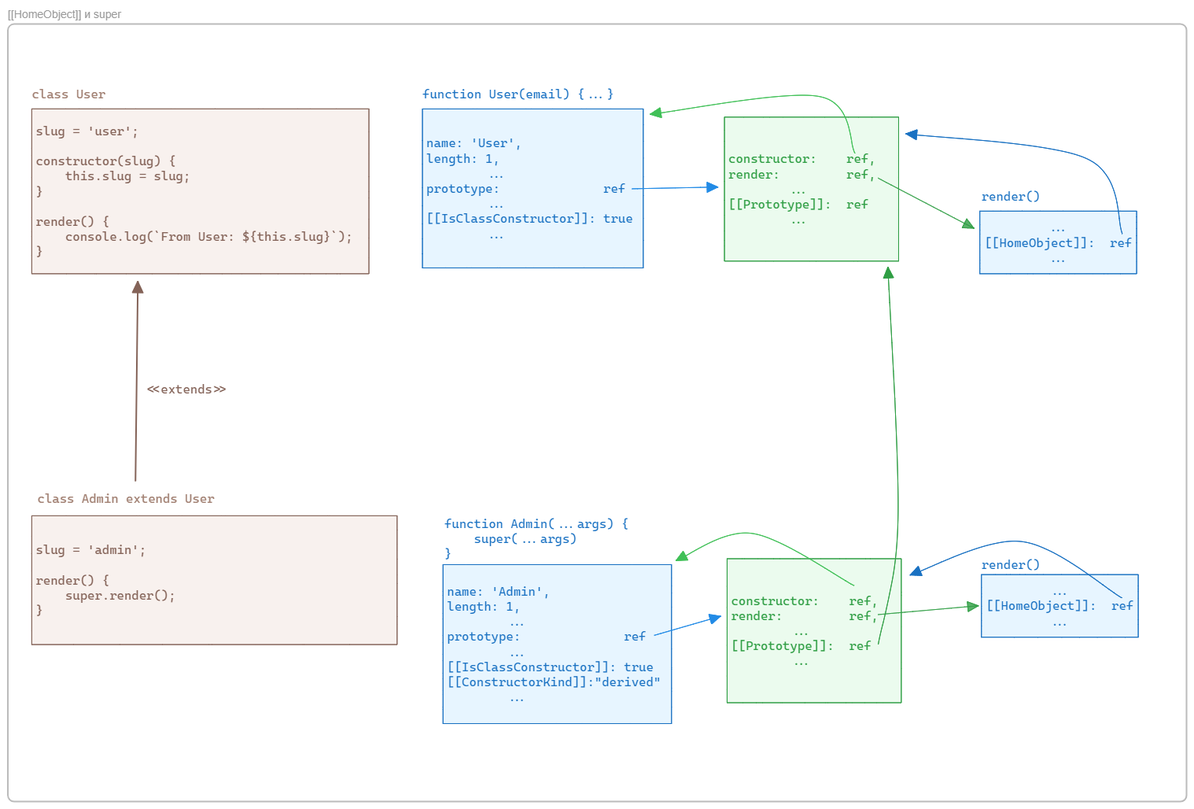
This is img/706_class_inheritance_home_obj.excalidraw.png from silvercodes/p32_p34_js, a Excalidraw export, as it was before one commit. Source tidied: one line per element, renumbered; positions are measured from the earlier drawing's top-left corner, leaving out a move shared by most shapes.
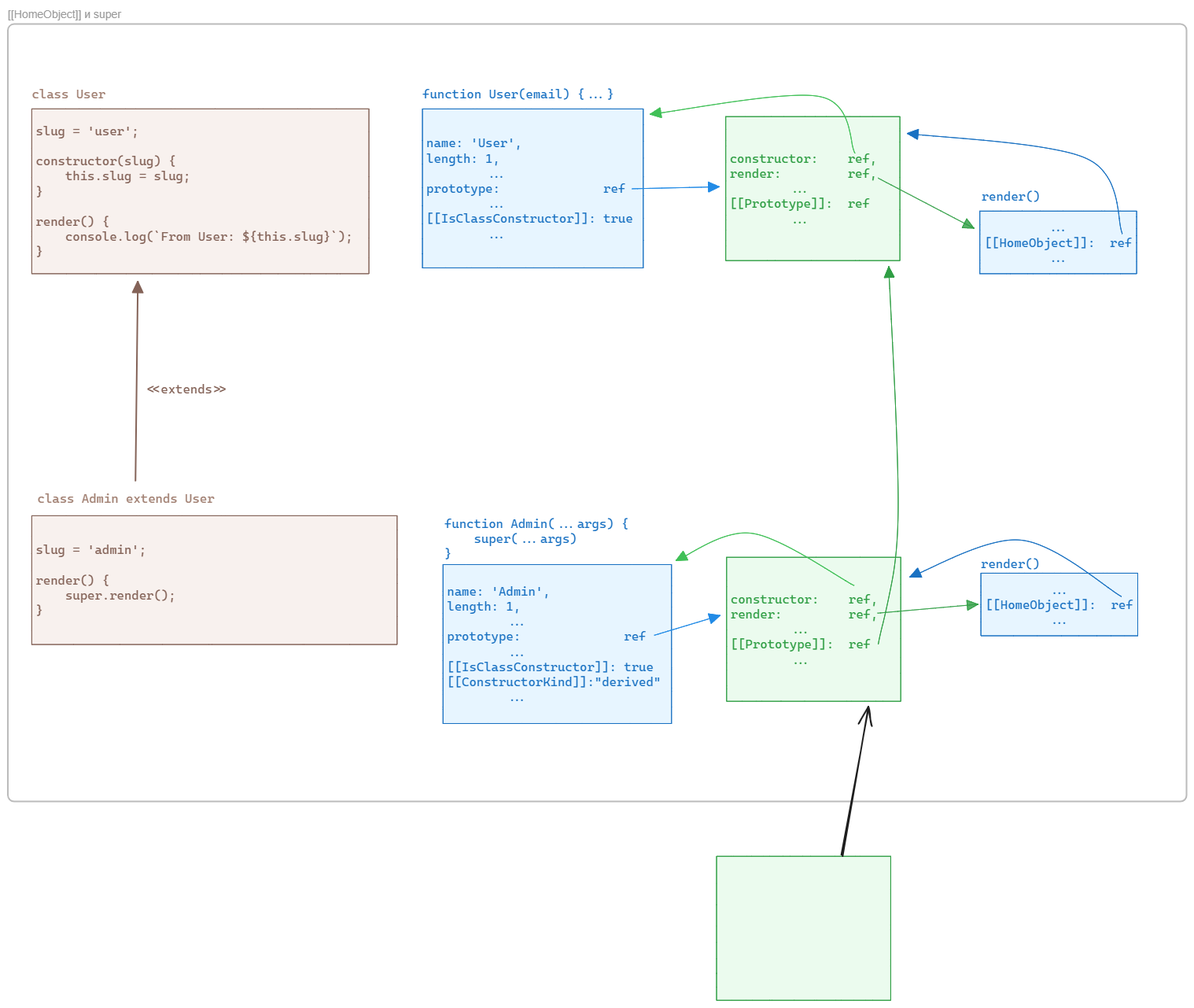
The same file after the commit.

Change to the diagram source:
```diff
@@ -9,26 +9,26 @@
 {"id": 8, "type": "rectangle", "strokeColor": "#1971c2", "backgroundColor": "#e7f5ff", "fillStyle": "solid", "strokeWidth": 1, "roughness": 0, "x": 527, "y": 108, "width": 281, "height": 202}
 {"id": 9, "type": "text", "text": "name: 'User',\nlength: 1,\n        ...\nprototype:              ref\n        ...\n[[IsClassConstructor]]: true\n        ...", "strokeColor": "#1971c2", "backgroundColor": "#e6fcf5", "fillStyle": "solid", "strokeWidth": 2, "roughness": 0, "fontSize": 16, "fontFamily": 3, "verticalAlign": "middle", "inside": 8, "x": 532, "y": 142, "width": 262, "height": 134}
 {"id": 10, "type": "text", "text": "function User(email) {...}", "strokeColor": "#1971c2", "backgroundColor": "#e7f5ff", "fillStyle": "solid", "strokeWidth": 1, "roughness": 0, "fontSize": 16, "fontFamily": 3, "x": 527, "y": 80, "width": 244, "height": 19}
-{"id": 11, "type": "rectangle", "strokeColor": "#2f9e44", "backgroundColor": "#ebfbee", "fillStyle": "solid", "strokeWidth": 1, "roughness": 0, "x": 911, "y": 118, "width": 221, "height": 183}
+{"id": 11, "type": "rectangle", "strokeColor": "#2f9e44", "backgroundColor": "#ebfbee", "fillStyle": "solid", "strokeWidth": 1, "roughness": 0, "x": 913, "y": 118, "width": 221, "height": 183}
-{"id": 12, "type": "text", "text": "constructor:    ref,\nrender:         ref,\n        ...\n[[Prototype]]:  ref\n        ...", "strokeColor": "#2f9e44", "backgroundColor": "#e6fcf5", "fillStyle": "solid", "strokeWidth": 2, "roughness": 0, "fontSize": 16, "fontFamily": 3, "verticalAlign": "middle", "inside": 11, "x": 916, "y": 162, "width": 188, "height": 96}
+{"id": 12, "type": "text", "text": "constructor:    ref,\nrender:         ref,\n        ...\n[[Prototype]]:  ref\n        ...", "strokeColor": "#2f9e44", "backgroundColor": "#e6fcf5", "fillStyle": "solid", "strokeWidth": 2, "roughness": 0, "fontSize": 16, "fontFamily": 3, "verticalAlign": "middle", "inside": 11, "x": 918, "y": 161, "width": 188, "height": 96}
-{"id": 13, "type": "arrow", "strokeColor": "#228be6", "backgroundColor": "#eaddd7", "fillStyle": "solid", "strokeWidth": 1, "roughness": 0, "endArrowhead": "triangle", "round": true, "to": 11, "x": 794, "y": 209, "width": 109, "height": 2, "points": [[0, 0], [109, -2]]}
+{"id": 13, "type": "arrow", "strokeColor": "#228be6", "backgroundColor": "#eaddd7", "fillStyle": "solid", "strokeWidth": 1, "roughness": 0, "endArrowhead": "triangle", "round": true, "to": 11, "x": 794, "y": 209, "width": 111, "height": 2, "points": [[0, 0], [111, -2]]}
 {"id": 14, "type": "arrow", "strokeColor": "#40c057", "backgroundColor": "#eaddd7", "fillStyle": "solid", "strokeWidth": 1, "roughness": 0, "endArrowhead": "triangle", "round": true, "to": 8, "x": 1077, "y": 164, "width": 260, "height": 72, "points": [[0, 0], [-45, -72], [-260, -50]]}
 {"id": 15, "type": "rectangle", "strokeColor": "#1971c2", "backgroundColor": "#e7f5ff", "fillStyle": "solid", "strokeWidth": 1, "roughness": 0, "x": 553, "y": 687, "width": 290, "height": 202}
 {"id": 16, "type": "text", "text": "name: 'Admin',\nlength: 1,\n        ...\nprototype:              ref\n        ...\n[[IsClassConstructor]]: true\n[[ConstructorKind]]:\"derived\"\n        ...", "strokeColor": "#1971c2", "backgroundColor": "#e6fcf5", "fillStyle": "solid", "strokeWidth": 2, "roughness": 0, "fontSize": 16, "fontFamily": 3, "verticalAlign": "middle", "inside": 15, "x": 558, "y": 711, "width": 272, "height": 154}
 {"id": 17, "type": "text", "text": "function Admin(...args) {\n    super(...args)\n}", "strokeColor": "#1971c2", "backgroundColor": "#e7f5ff", "fillStyle": "solid", "strokeWidth": 1, "roughness": 0, "fontSize": 16, "fontFamily": 3, "x": 555, "y": 625, "width": 234, "height": 58}
-{"id": 18, "type": "rectangle", "strokeColor": "#2f9e44", "backgroundColor": "#ebfbee", "fillStyle": "solid", "strokeWidth": 1, "roughness": 0, "x": 914, "y": 679, "width": 221, "height": 183}
+{"id": 34, "type": "rectangle", "strokeColor": "#2f9e44", "backgroundColor": "#ebfbee", "fillStyle": "solid", "strokeWidth": 1, "roughness": 0, "x": 914, "y": 678, "width": 221, "height": 183}
-{"id": 19, "type": "text", "text": "constructor:    ref,\nrender:         ref,\n        ...\n[[Prototype]]:  ref\n        ...", "strokeColor": "#2f9e44", "backgroundColor": "#e6fcf5", "fillStyle": "solid", "strokeWidth": 2, "roughness": 0, "fontSize": 16, "fontFamily": 3, "verticalAlign": "middle", "inside": 18, "x": 919, "y": 723, "width": 188, "height": 96}
+{"id": 19, "type": "text", "text": "constructor:    ref,\nrender:         ref,\n        ...\n[[Prototype]]:  ref\n        ...", "strokeColor": "#2f9e44", "backgroundColor": "#e6fcf5", "fillStyle": "solid", "strokeWidth": 2, "roughness": 0, "fontSize": 16, "fontFamily": 3, "verticalAlign": "middle", "inside": 34, "x": 919, "y": 721, "width": 188, "height": 96}
-{"id": 20, "type": "arrow", "strokeColor": "#228be6", "backgroundColor": "#eaddd7", "fillStyle": "solid", "strokeWidth": 1, "roughness": 0, "endArrowhead": "triangle", "round": true, "to": 18, "x": 822, "y": 777, "width": 84, "height": 24, "points": [[0, 0], [84, -24]]}
+{"id": 20, "type": "arrow", "strokeColor": "#228be6", "backgroundColor": "#eaddd7", "fillStyle": "solid", "strokeWidth": 1, "roughness": 0, "endArrowhead": "triangle", "round": true, "to": 34, "x": 822, "y": 777, "width": 84, "height": 25, "points": [[0, 0], [84, -25]]}
 {"id": 21, "type": "arrow", "strokeColor": "#40c057", "backgroundColor": "#eaddd7", "fillStyle": "solid", "strokeWidth": 1, "roughness": 0, "endArrowhead": "triangle", "round": true, "to": 15, "x": 1076, "y": 714, "width": 227, "height": 66, "points": [[0, 0], [-130, -66], [-227, -32]]}
 {"id": 22, "type": "rectangle", "strokeColor": "#1971c2", "backgroundColor": "#e7f5ff", "fillStyle": "solid", "strokeWidth": 1, "roughness": 0, "x": 1236, "y": 238, "width": 199, "height": 80}
 {"id": 23, "type": "text", "text": "...\n[[HomeObject]]:  ref\n...", "strokeColor": "#1971c2", "strokeWidth": 1, "roughness": 0, "fontSize": 16, "fontFamily": 3, "textAlign": "center", "verticalAlign": "middle", "inside": 22, "x": 1242, "y": 249, "width": 188, "height": 58}
 {"id": 24, "type": "text", "text": "render()", "strokeColor": "#1971c2", "backgroundColor": "#eaddd7", "fillStyle": "solid", "strokeWidth": 1, "roughness": 1, "fontSize": 16, "fontFamily": 3, "x": 1238, "y": 210, "width": 75, "height": 19}
-{"id": 25, "type": "text", "text": "render()", "strokeColor": "#1971c2", "backgroundColor": "#eaddd7", "fillStyle": "solid", "strokeWidth": 1, "roughness": 1, "fontSize": 16, "fontFamily": 3, "x": 1238, "y": 678, "width": 75, "height": 19}
+{"id": 25, "type": "text", "text": "render()", "strokeColor": "#1971c2", "backgroundColor": "#eaddd7", "fillStyle": "solid", "strokeWidth": 1, "roughness": 1, "fontSize": 16, "fontFamily": 3, "x": 1237, "y": 676, "width": 75, "height": 19}
 {"id": 26, "type": "arrow", "strokeColor": "#2f9e44", "backgroundColor": "#d2bab0", "fillStyle": "solid", "strokeWidth": 1, "roughness": 0, "opacity": 80, "endArrowhead": "triangle", "round": true, "to": 22, "x": 1106, "y": 196, "width": 122, "height": 64, "points": [[0, 0], [122, 64]]}
-{"id": 27, "type": "arrow", "strokeColor": "#2f9e44", "backgroundColor": "#d2bab0", "fillStyle": "solid", "strokeWidth": 1, "roughness": 0, "opacity": 80, "endArrowhead": "triangle", "round": true, "to": 30, "x": 1106, "y": 750, "width": 128, "height": 11, "points": [[0, 0], [128, -11]]}
+{"id": 27, "type": "arrow", "strokeColor": "#2f9e44", "backgroundColor": "#d2bab0", "fillStyle": "solid", "strokeWidth": 1, "roughness": 0, "opacity": 80, "endArrowhead": "triangle", "round": true, "to": 30, "x": 1106, "y": 749, "width": 128, "height": 11, "points": [[0, 0], [128, -11]]}
-{"id": 28, "type": "arrow", "strokeColor": "#2f9e44", "strokeWidth": 1, "roughness": 0, "endArrowhead": "triangle", "round": true, "to": 11, "x": 1107, "y": 789, "width": 25, "height": 480, "points": [[0, 0], [25, -157], [12, -480]]}
+{"id": 28, "type": "arrow", "strokeColor": "#2f9e44", "strokeWidth": 1, "roughness": 0, "endArrowhead": "triangle", "round": true, "to": 11, "x": 1107, "y": 789, "width": 25, "height": 480, "points": [[0, 0], [25, -157], [13, -480]]}
-{"id": 29, "type": "arrow", "strokeColor": "#1971c2", "strokeWidth": 1, "roughness": 0, "endArrowhead": "triangle", "round": true, "to": 11, "x": 1417, "y": 267, "width": 275, "height": 127, "points": [[0, 0], [-45, -96], [-275, -127]]}
+{"id": 29, "type": "arrow", "strokeColor": "#1971c2", "strokeWidth": 1, "roughness": 0, "endArrowhead": "triangle", "round": true, "to": 11, "x": 1417, "y": 267, "width": 273, "height": 128, "points": [[0, 0], [-45, -96], [-273, -128]]}
-{"id": 30, "type": "rectangle", "strokeColor": "#1971c2", "backgroundColor": "#e7f5ff", "fillStyle": "solid", "strokeWidth": 1, "roughness": 0, "x": 1238, "y": 700, "width": 199, "height": 80}
+{"id": 30, "type": "rectangle", "strokeColor": "#1971c2", "backgroundColor": "#e7f5ff", "fillStyle": "solid", "strokeWidth": 1, "roughness": 0, "x": 1237, "y": 698, "width": 199, "height": 80}
-{"id": 31, "type": "text", "text": "...\n[[HomeObject]]:  ref\n...", "strokeColor": "#1971c2", "strokeWidth": 1, "roughness": 0, "fontSize": 16, "fontFamily": 3, "textAlign": "center", "verticalAlign": "middle", "inside": 30, "x": 1244, "y": 711, "width": 188, "height": 58}
+{"id": 31, "type": "text", "text": "...\n[[HomeObject]]:  ref\n...", "strokeColor": "#1971c2", "strokeWidth": 1, "roughness": 0, "fontSize": 16, "fontFamily": 3, "textAlign": "center", "verticalAlign": "middle", "inside": 30, "x": 1243, "y": 709, "width": 188, "height": 58}
-{"id": 32, "type": "arrow", "strokeColor": "#1971c2", "strokeWidth": 1, "roughness": 0, "endArrowhead": "triangle", "round": true, "to": 18, "x": 1416, "y": 729, "width": 269, "height": 72, "points": [[0, 0], [-128, -72], [-269, -29]]}
+{"id": 32, "type": "arrow", "strokeColor": "#1971c2", "strokeWidth": 1, "roughness": 0, "endArrowhead": "triangle", "round": true, "to": 34, "x": 1416, "y": 728, "width": 269, "height": 72, "points": [[0, 0], [-128, -72], [-269, -25]]}
 {"id": 33, "type": "frame", "strokeColor": "#bbb", "strokeWidth": 2, "roughness": 0, "x": 0, "y": 0, "width": 1499, "height": 988}
```
